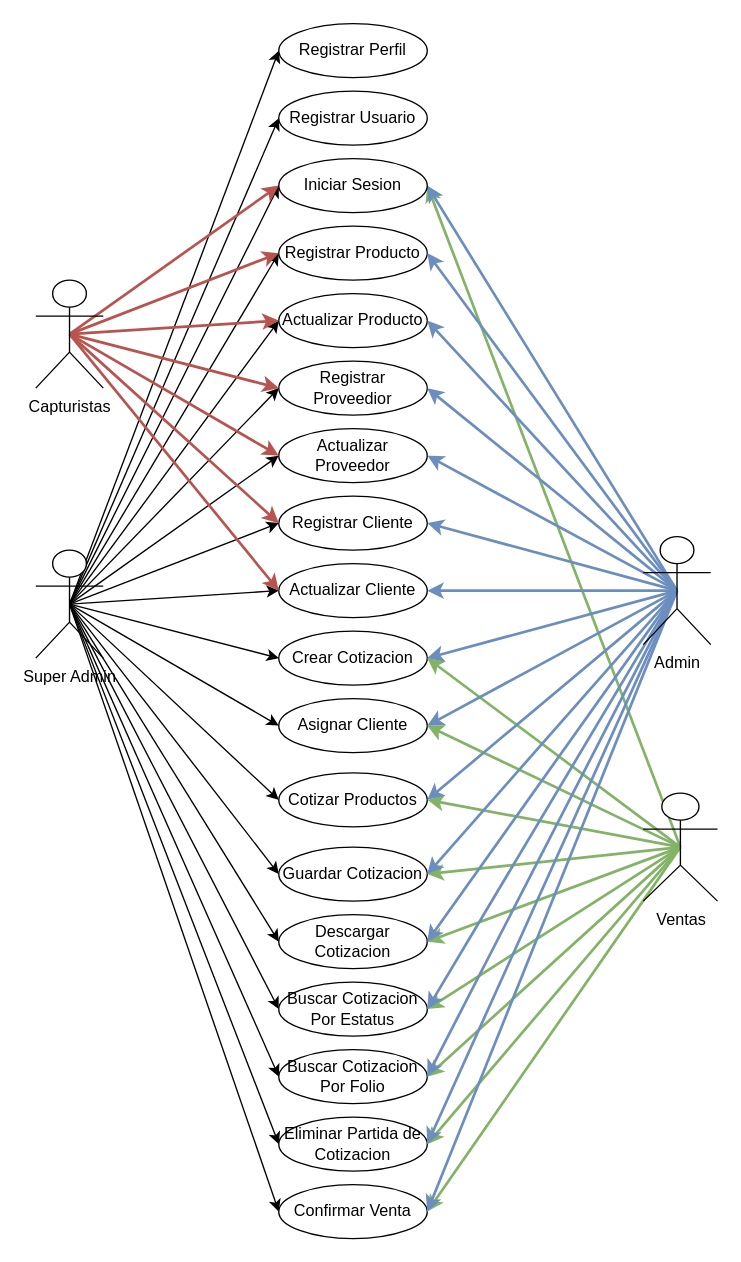
This is Version uno.drawio from KAI1718/practicas, a draw.io file, before an edit. Source tidied: cells renumbered, new cells numbered last; positions are measured from the earlier drawing's top-left corner, leaving out a move shared by most shapes. Both pictures are drawn from the tidied source at 135%, with x=0, y=0 at pixel (35, 23).
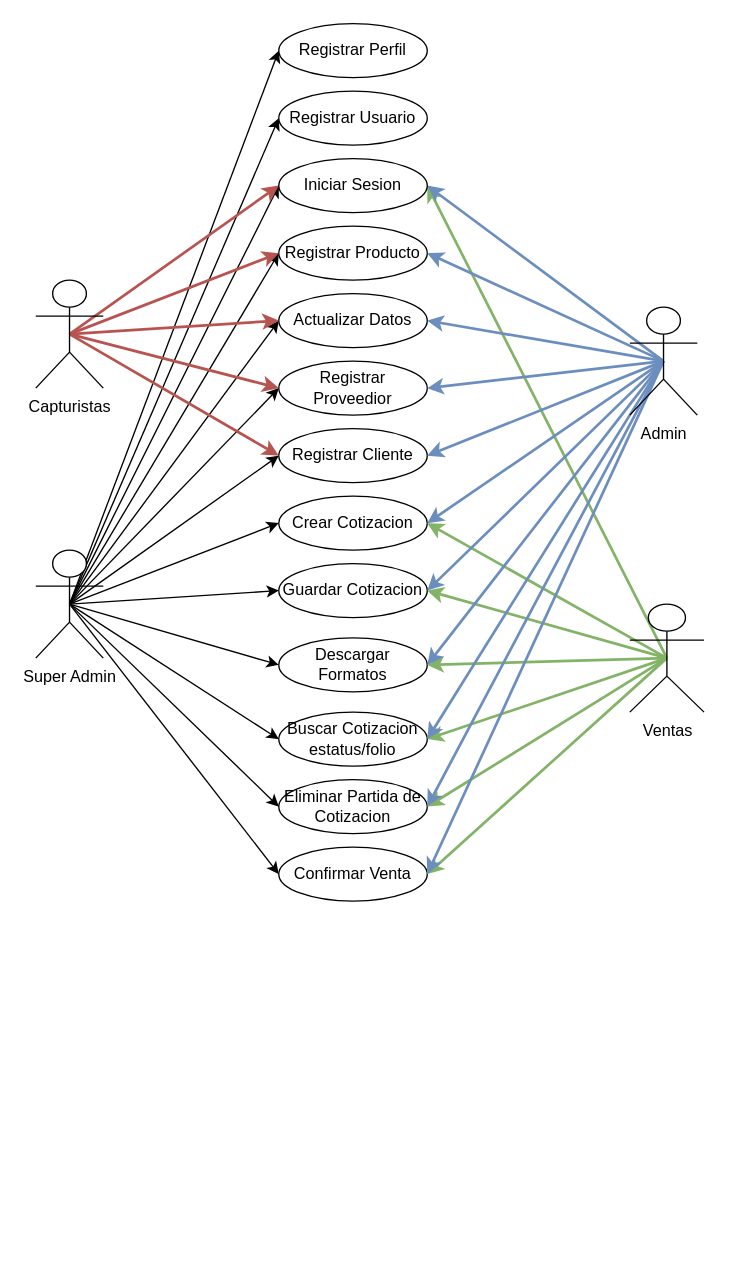
The same diagram, later.

The change refers to these unchanged cells:
```xml
<mxCell id="37" value="Super Admin" style="shape=umlActor;verticalLabelPosition=bottom;verticalAlign=top;html=1;outlineConnect=0;" parent="1" vertex="1">
  <mxGeometry y="390" width="50" height="80" as="geometry" />
</mxCell>
<mxCell id="45" value="Capturistas" style="shape=umlActor;verticalLabelPosition=bottom;verticalAlign=top;html=1;outlineConnect=0;" parent="1" vertex="1">
  <mxGeometry y="190" width="50" height="80" as="geometry" />
</mxCell>
```

Diff of the diagram source:
```diff
@@
-    <mxCell id="5" value="Actualizar Producto" style="ellipse;whiteSpace=wrap;html=1;" parent="1" vertex="1">
+    <mxCell id="5" value="Actualizar Datos" style="ellipse;whiteSpace=wrap;html=1;" parent="1" vertex="1">
       <mxGeometry x="180" y="200" width="110" height="40" as="geometry" />
     </mxCell>
@@
-    <mxCell id="7" value="Actualizar Proveedor" style="ellipse;whiteSpace=wrap;html=1;" parent="1" vertex="1">
-      <mxGeometry x="180" y="300" width="110" height="40" as="geometry" />
-    </mxCell>
     <mxCell id="8" value="Registrar Cliente" style="ellipse;whiteSpace=wrap;html=1;" parent="1" vertex="1">
-      <mxGeometry x="180" y="350" width="110" height="40" as="geometry" />
+      <mxGeometry x="180" y="300" width="110" height="40" as="geometry" />
     </mxCell>
-    <mxCell id="9" value="Actualizar Cliente" style="ellipse;whiteSpace=wrap;html=1;" parent="1" vertex="1">
-      <mxGeometry x="180" y="400" width="110" height="40" as="geometry" />
-    </mxCell>
     <mxCell id="10" value="Crear Cotizacion" style="ellipse;whiteSpace=wrap;html=1;" parent="1" vertex="1">
-      <mxGeometry x="180" y="450" width="110" height="40" as="geometry" />
+      <mxGeometry x="180" y="350" width="110" height="40" as="geometry" />
     </mxCell>
-    <mxCell id="11" value="Asignar Cliente" style="ellipse;whiteSpace=wrap;html=1;" parent="1" vertex="1">
-      <mxGeometry x="180" y="500" width="110" height="40" as="geometry" />
-    </mxCell>
-    <mxCell id="12" value="Cotizar Productos" style="ellipse;whiteSpace=wrap;html=1;" parent="1" vertex="1">
-      <mxGeometry x="180" y="555" width="110" height="40" as="geometry" />
-    </mxCell>
     <mxCell id="13" value="Guardar Cotizacion" style="ellipse;whiteSpace=wrap;html=1;" parent="1" vertex="1">
-      <mxGeometry x="180" y="610" width="110" height="40" as="geometry" />
+      <mxGeometry x="180" y="400" width="110" height="40" as="geometry" />
     </mxCell>
-    <mxCell id="14" value="Descargar Cotizacion" style="ellipse;whiteSpace=wrap;html=1;" parent="1" vertex="1">
-      <mxGeometry x="180" y="660" width="110" height="40" as="geometry" />
+    <mxCell id="14" value="Descargar Formatos" style="ellipse;whiteSpace=wrap;html=1;" parent="1" vertex="1">
+      <mxGeometry x="180" y="455" width="110" height="40" as="geometry" />
     </mxCell>
-    <mxCell id="15" value="Buscar Cotizacion Por Estatus" style="ellipse;whiteSpace=wrap;html=1;" parent="1" vertex="1">
-      <mxGeometry x="180" y="710" width="110" height="40" as="geometry" />
+    <mxCell id="15" value="Buscar Cotizacion estatus/folio" style="ellipse;whiteSpace=wrap;html=1;" parent="1" vertex="1">
+      <mxGeometry x="180" y="510" width="110" height="40" as="geometry" />
     </mxCell>
-    <mxCell id="16" value="Buscar Cotizacion Por Folio" style="ellipse;whiteSpace=wrap;html=1;" parent="1" vertex="1">
-      <mxGeometry x="180" y="760" width="110" height="40" as="geometry" />
-    </mxCell>
     <mxCell id="17" value="Eliminar Partida de Cotizacion" style="ellipse;whiteSpace=wrap;html=1;" parent="1" vertex="1">
-      <mxGeometry x="180" y="810" width="110" height="40" as="geometry" />
+      <mxGeometry x="180" y="560" width="110" height="40" as="geometry" />
     </mxCell>
     <mxCell id="18" value="Confirmar Venta" style="ellipse;whiteSpace=wrap;html=1;" parent="1" vertex="1">
-      <mxGeometry x="180" y="860" width="110" height="40" as="geometry" />
+      <mxGeometry x="180" y="610" width="110" height="40" as="geometry" />
     </mxCell>
@@
-    <mxCell id="24" style="rounded=0;jettySize=auto;html=1;exitX=0.5;exitY=0.5;exitDx=0;exitDy=0;exitPerimeter=0;entryX=0;entryY=0.5;entryDx=0;entryDy=0;" parent="1" edge="1" source="37" target="7">
-      <mxGeometry relative="1" as="geometry" />
-    </mxCell>
@@
-    <mxCell id="26" style="rounded=0;jettySize=auto;html=1;exitX=0.5;exitY=0.5;exitDx=0;exitDy=0;exitPerimeter=0;entryX=0;entryY=0.5;entryDx=0;entryDy=0;" parent="1" edge="1" source="37" target="9">
-      <mxGeometry relative="1" as="geometry" />
-    </mxCell>
@@
-    <mxCell id="28" style="rounded=0;jettySize=auto;html=1;exitX=0.5;exitY=0.5;exitDx=0;exitDy=0;exitPerimeter=0;entryX=0;entryY=0.5;entryDx=0;entryDy=0;" parent="1" edge="1" source="37" target="11">
-      <mxGeometry relative="1" as="geometry" />
-    </mxCell>
-    <mxCell id="29" style="rounded=0;jettySize=auto;html=1;exitX=0.5;exitY=0.5;exitDx=0;exitDy=0;exitPerimeter=0;entryX=0;entryY=0.5;entryDx=0;entryDy=0;" parent="1" edge="1" source="37" target="12">
-      <mxGeometry relative="1" as="geometry" />
-    </mxCell>
@@
-    <mxCell id="33" style="rounded=0;jettySize=auto;html=1;exitX=0.5;exitY=0.5;exitDx=0;exitDy=0;exitPerimeter=0;entryX=0;entryY=0.5;entryDx=0;entryDy=0;" parent="1" edge="1" source="37" target="16">
-      <mxGeometry relative="1" as="geometry" />
-    </mxCell>
@@
-    <mxCell id="42" style="rounded=0;jettySize=auto;html=1;exitX=0.5;exitY=0.5;exitDx=0;exitDy=0;exitPerimeter=0;entryX=0;entryY=0.5;entryDx=0;entryDy=0;fillColor=#f8cecc;strokeColor=#b85450;strokeWidth=2;" parent="1" edge="1" source="45" target="7">
-      <mxGeometry relative="1" as="geometry" />
-    </mxCell>
-    <mxCell id="43" style="rounded=0;jettySize=auto;html=1;exitX=0.5;exitY=0.5;exitDx=0;exitDy=0;exitPerimeter=0;entryX=0;entryY=0.5;entryDx=0;entryDy=0;fillColor=#f8cecc;strokeColor=#b85450;strokeWidth=2;" parent="1" edge="1" source="45" target="9">
-      <mxGeometry relative="1" as="geometry" />
-    </mxCell>
@@
-    <mxCell id="47" style="rounded=0;jettySize=auto;html=1;exitX=0.5;exitY=0.5;exitDx=0;exitDy=0;exitPerimeter=0;entryX=1;entryY=0.5;entryDx=0;entryDy=0;fillColor=#d5e8d4;strokeColor=#82b366;strokeWidth=2;" parent="1" edge="1" source="56" target="11">
-      <mxGeometry relative="1" as="geometry" />
-    </mxCell>
-    <mxCell id="48" style="rounded=0;jettySize=auto;html=1;exitX=0.5;exitY=0.5;exitDx=0;exitDy=0;exitPerimeter=0;entryX=1;entryY=0.5;entryDx=0;entryDy=0;fillColor=#d5e8d4;strokeColor=#82b366;strokeWidth=2;" parent="1" edge="1" source="56" target="12">
-      <mxGeometry relative="1" as="geometry" />
-    </mxCell>
@@
-    <mxCell id="52" style="rounded=0;jettySize=auto;html=1;exitX=0.5;exitY=0.5;exitDx=0;exitDy=0;exitPerimeter=0;entryX=1;entryY=0.5;entryDx=0;entryDy=0;fillColor=#d5e8d4;strokeColor=#82b366;strokeWidth=2;" parent="1" edge="1" source="56" target="16">
-      <mxGeometry relative="1" as="geometry" />
-    </mxCell>
@@
     <mxCell id="56" value="Ventas" style="shape=umlActor;verticalLabelPosition=bottom;verticalAlign=top;html=1;outlineConnect=0;" parent="1" vertex="1">
-      <mxGeometry x="450" y="570" width="55" height="80" as="geometry" />
+      <mxGeometry x="440" y="430" width="55" height="80" as="geometry" />
     </mxCell>
@@
-    <mxCell id="60" style="rounded=0;jettySize=auto;html=1;exitX=0.5;exitY=0.5;exitDx=0;exitDy=0;exitPerimeter=0;entryX=1;entryY=0.5;entryDx=0;entryDy=0;fillColor=#dae8fc;strokeColor=#6c8ebf;strokeWidth=2;" parent="1" edge="1" source="73" target="7">
-      <mxGeometry relative="1" as="geometry" />
-    </mxCell>
@@
-    <mxCell id="62" style="rounded=0;jettySize=auto;html=1;exitX=0.5;exitY=0.5;exitDx=0;exitDy=0;exitPerimeter=0;entryX=1;entryY=0.5;entryDx=0;entryDy=0;fillColor=#dae8fc;strokeColor=#6c8ebf;strokeWidth=2;" parent="1" edge="1" source="73" target="9">
-      <mxGeometry relative="1" as="geometry" />
-    </mxCell>
@@
-    <mxCell id="64" style="rounded=0;jettySize=auto;html=1;exitX=0.5;exitY=0.5;exitDx=0;exitDy=0;exitPerimeter=0;entryX=1;entryY=0.5;entryDx=0;entryDy=0;fillColor=#dae8fc;strokeColor=#6c8ebf;strokeWidth=2;" parent="1" edge="1" source="73" target="11">
-      <mxGeometry relative="1" as="geometry" />
-    </mxCell>
-    <mxCell id="65" style="rounded=0;jettySize=auto;html=1;exitX=0.5;exitY=0.5;exitDx=0;exitDy=0;exitPerimeter=0;entryX=1;entryY=0.5;entryDx=0;entryDy=0;fillColor=#dae8fc;strokeColor=#6c8ebf;strokeWidth=2;" parent="1" edge="1" source="73" target="12">
-      <mxGeometry relative="1" as="geometry" />
-    </mxCell>
@@
-    <mxCell id="69" style="rounded=0;jettySize=auto;html=1;exitX=0.5;exitY=0.5;exitDx=0;exitDy=0;exitPerimeter=0;entryX=1;entryY=0.5;entryDx=0;entryDy=0;fillColor=#dae8fc;strokeColor=#6c8ebf;strokeWidth=2;" parent="1" edge="1" source="73" target="16">
-      <mxGeometry relative="1" as="geometry" />
-    </mxCell>
@@
     <mxCell id="73" value="Admin" style="shape=umlActor;verticalLabelPosition=bottom;verticalAlign=top;html=1;outlineConnect=0;" parent="1" vertex="1">
-      <mxGeometry x="450" y="380" width="50" height="80" as="geometry" />
+      <mxGeometry x="440" y="210" width="50" height="80" as="geometry" />
     </mxCell>
```
